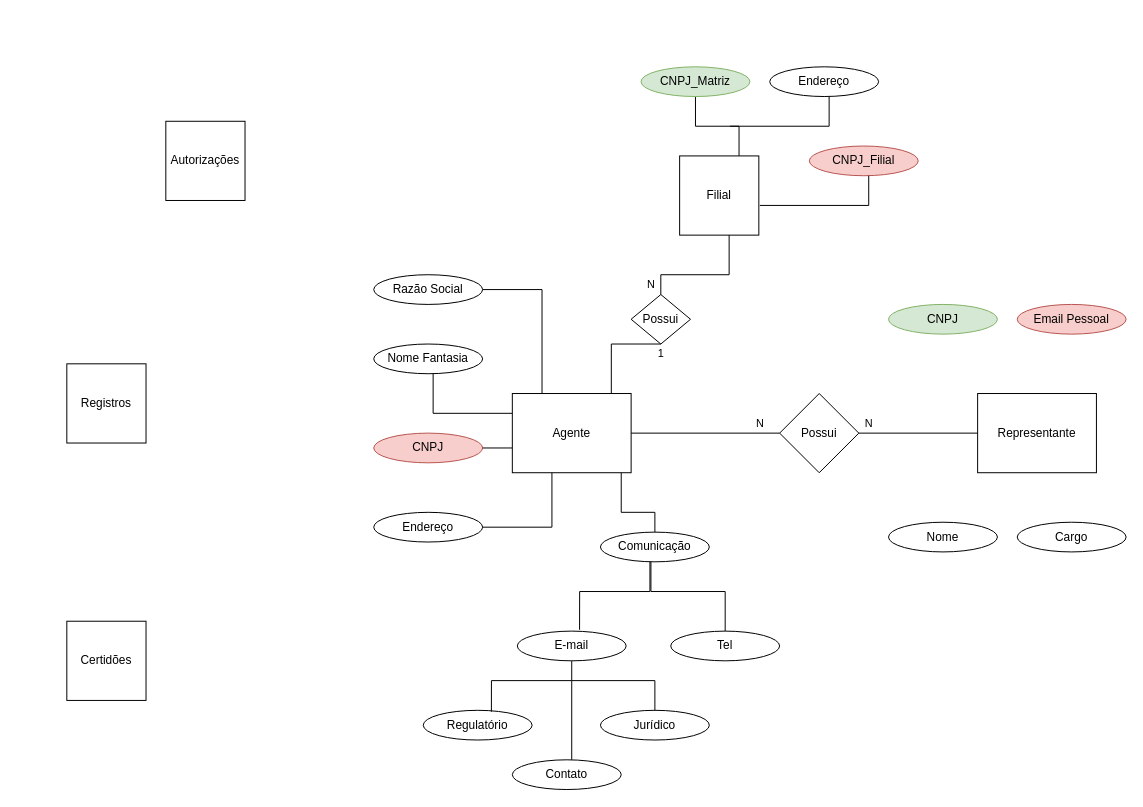
Earlier version of the draw.io diagram Cadastro.drawio (GustavoCoutinhoAraujo/GustavoCoutinhoAraujo). Source tidied: cells renumbered, new cells numbered last; positions are measured from the earlier drawing's top-left corner, leaving out a move shared by most shapes. Both pictures are drawn from the tidied source at 99%, with x=0, y=0 at pixel (66, 66).
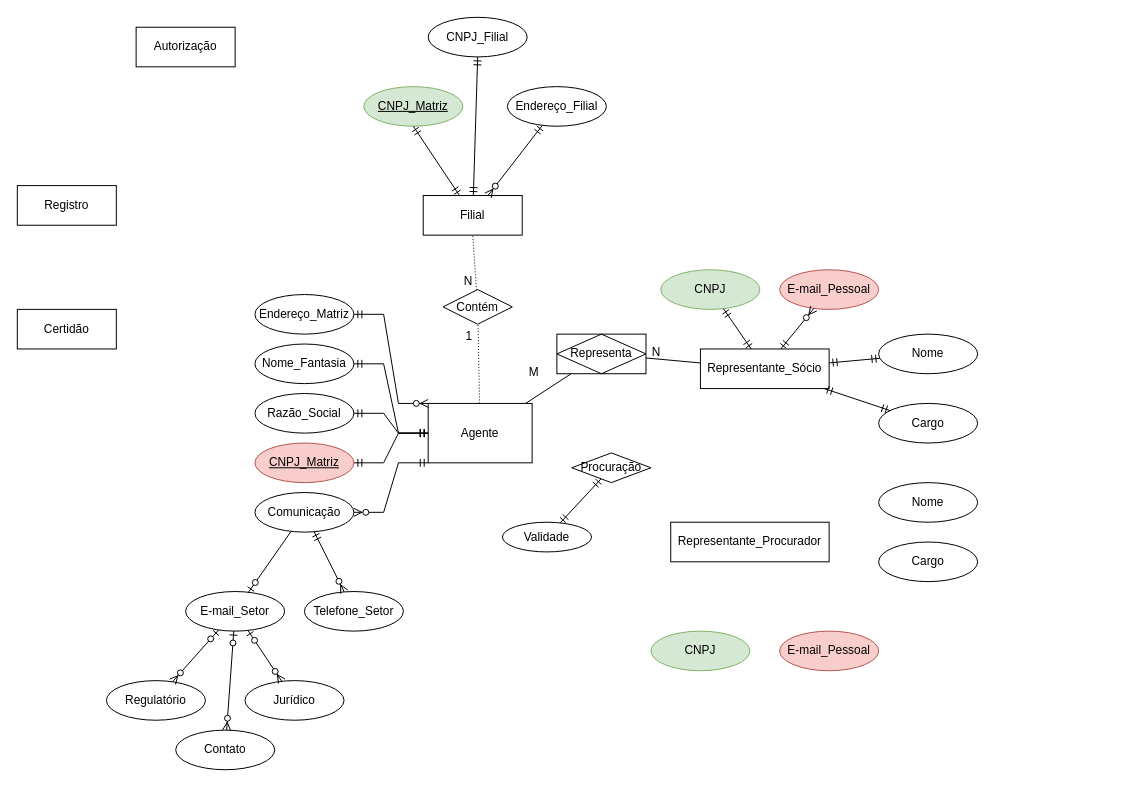
After the change.

The edit, as a diff of the source:
```diff
@@
+    <mxCell id="44" value="Telefone_Setor" style="ellipse;whiteSpace=wrap;html=1;align=center;" parent="1" vertex="1">
+      <mxGeometry x="240" y="530" width="100" height="40" as="geometry" />
+    </mxCell>
+    <mxCell id="45" value="E-mail_Setor" style="ellipse;whiteSpace=wrap;html=1;align=center;" parent="1" vertex="1">
+      <mxGeometry x="120" y="530" width="100" height="40" as="geometry" />
+    </mxCell>
+    <mxCell id="46" value="Nome_Fantasia" style="ellipse;whiteSpace=wrap;html=1;align=center;" parent="1" vertex="1">
+      <mxGeometry x="190" y="280" width="100" height="40" as="geometry" />
+    </mxCell>
+    <mxCell id="47" value="Razão_Social" style="ellipse;whiteSpace=wrap;html=1;align=center;" parent="1" vertex="1">
+      <mxGeometry x="190" y="330" width="100" height="40" as="geometry" />
+    </mxCell>
+    <mxCell id="48" value="Endereço_Matriz" style="ellipse;whiteSpace=wrap;html=1;align=center;" parent="1" vertex="1">
+      <mxGeometry x="190" y="230" width="100" height="40" as="geometry" />
+    </mxCell>
+    <mxCell id="4" value="Comunicação" style="ellipse;whiteSpace=wrap;html=1;align=center;" parent="1" vertex="1">
+      <mxGeometry x="190" y="430" width="100" height="40" as="geometry" />
+    </mxCell>
+    <mxCell id="49" value="CNPJ_Matriz" style="ellipse;whiteSpace=wrap;html=1;align=center;fontStyle=4;fillColor=#f8cecc;strokeColor=#b85450;" parent="1" vertex="1">
+      <mxGeometry x="190" y="380" width="100" height="40" as="geometry" />
+    </mxCell>
-    <mxCell id="2" value="Agente" style="rounded=0;whiteSpace=wrap;html=1;" parent="1" vertex="1">
-      <mxGeometry x="450" y="330" width="120" height="80" as="geometry" />
+    <mxCell id="2" value="Agente" style="whiteSpace=wrap;html=1;align=center;" parent="1" vertex="1">
+      <mxGeometry x="365" y="340" width="105" height="60" as="geometry" />
     </mxCell>
-    <mxCell id="3" value="Representante" style="rounded=0;whiteSpace=wrap;html=1;" parent="1" vertex="1">
-      <mxGeometry x="920" y="330" width="120" height="80" as="geometry" />
-    </mxCell>
-    <mxCell id="4" value="Comunicação" style="ellipse;whiteSpace=wrap;html=1;" parent="1" vertex="1">
-      <mxGeometry x="539" y="470" width="110" height="30" as="geometry" />
-    </mxCell>
-    <mxCell id="5" value="Endereço" style="ellipse;whiteSpace=wrap;html=1;" parent="1" vertex="1">
-      <mxGeometry x="310" y="450" width="110" height="30" as="geometry" />
-    </mxCell>
-    <mxCell id="6" value="CNPJ" style="ellipse;whiteSpace=wrap;html=1;fillColor=#f8cecc;strokeColor=#b85450;" parent="1" vertex="1">
-      <mxGeometry x="310" y="370" width="110" height="30" as="geometry" />
-    </mxCell>
-    <mxCell id="7" style="rounded=0;jettySize=auto;html=1;endArrow=none;endFill=0;exitX=0.75;exitY=0;exitDx=0;exitDy=0;" parent="1" edge="1" source="38" target="19">
-      <mxGeometry relative="1" as="geometry">
-        <Array as="points">
-          <mxPoint x="679" y="60" />
-          <mxPoint x="635" y="60" />
-        </Array>
-      </mxGeometry>
-    </mxCell>
-    <mxCell id="8" value="Razão Social" style="ellipse;whiteSpace=wrap;html=1;" parent="1" vertex="1">
-      <mxGeometry x="310" y="210" width="110" height="30" as="geometry" />
-    </mxCell>
-    <mxCell id="9" value="Nome Fantasia" style="ellipse;whiteSpace=wrap;html=1;" parent="1" vertex="1">
-      <mxGeometry x="310" y="280" width="110" height="30" as="geometry" />
-    </mxCell>
-    <mxCell id="10" style="endArrow=none;html=1;rounded=0;entryX=1;entryY=0.5;entryDx=0;entryDy=0;exitX=0.25;exitY=0;exitDx=0;exitDy=0;" parent="1" edge="1" source="2" target="8">
-      <mxGeometry relative="1" as="geometry">
-        <Array as="points">
-          <mxPoint x="480" y="225" />
-        </Array>
-      </mxGeometry>
-    </mxCell>
-    <mxCell id="11" style="endArrow=none;html=1;rounded=0;exitX=0;exitY=0.25;exitDx=0;exitDy=0;" parent="1" edge="1" source="2">
-      <mxGeometry relative="1" as="geometry">
-        <mxPoint x="370" y="310" as="targetPoint" />
-        <Array as="points">
-          <mxPoint x="370" y="350" />
-        </Array>
-      </mxGeometry>
-    </mxCell>
-    <mxCell id="12" style="endArrow=none;html=1;rounded=0;exitX=1;exitY=0.5;exitDx=0;exitDy=0;" parent="1" edge="1" source="6">
-      <mxGeometry relative="1" as="geometry">
-        <mxPoint x="450" y="385" as="targetPoint" />
-        <Array as="points">
-          <mxPoint x="450" y="385" />
-        </Array>
-      </mxGeometry>
-    </mxCell>
-    <mxCell id="13" style="endArrow=none;html=1;rounded=0;exitX=1;exitY=0.5;exitDx=0;exitDy=0;" parent="1" edge="1" source="5">
-      <mxGeometry relative="1" as="geometry">
-        <mxPoint x="490" y="410" as="targetPoint" />
-        <Array as="points">
-          <mxPoint x="490" y="465" />
-        </Array>
-      </mxGeometry>
-    </mxCell>
-    <mxCell id="14" value="E-mail" style="ellipse;whiteSpace=wrap;html=1;" parent="1" vertex="1">
-      <mxGeometry x="455" y="570" width="110" height="30" as="geometry" />
-    </mxCell>
-    <mxCell id="15" value="Tel" style="ellipse;whiteSpace=wrap;html=1;" parent="1" vertex="1">
-      <mxGeometry x="610" y="570" width="110" height="30" as="geometry" />
-    </mxCell>
-    <mxCell id="16" style="endArrow=none;html=1;rounded=0;exitX=0.5;exitY=0;exitDx=0;exitDy=0;" parent="1" edge="1" source="4">
-      <mxGeometry relative="1" as="geometry">
-        <mxPoint x="560" y="410" as="targetPoint" />
-        <Array as="points">
-          <mxPoint x="594" y="450" />
-          <mxPoint x="560" y="450" />
-        </Array>
-      </mxGeometry>
-    </mxCell>
-    <mxCell id="17" style="endArrow=none;html=1;rounded=0;exitX=0.572;exitY=-0.045;exitDx=0;exitDy=0;exitPerimeter=0;" parent="1" edge="1" source="14">
-      <mxGeometry relative="1" as="geometry">
-        <mxPoint x="589" y="500" as="targetPoint" />
-        <Array as="points">
-          <mxPoint x="518" y="530" />
-          <mxPoint x="589" y="530" />
-        </Array>
-      </mxGeometry>
-    </mxCell>
-    <mxCell id="18" style="endArrow=none;html=1;rounded=0;exitX=0.5;exitY=0;exitDx=0;exitDy=0;" parent="1" edge="1" source="15">
-      <mxGeometry relative="1" as="geometry">
-        <mxPoint x="590" y="500" as="targetPoint" />
-        <Array as="points">
-          <mxPoint x="665" y="530" />
-          <mxPoint x="590" y="530" />
-        </Array>
-      </mxGeometry>
-    </mxCell>
-    <mxCell id="19" value="CNPJ_Matriz" style="ellipse;whiteSpace=wrap;html=1;fillColor=#d5e8d4;strokeColor=#82b366;" parent="1" vertex="1">
-      <mxGeometry x="580" width="110" height="30" as="geometry" />
-    </mxCell>
-    <mxCell id="20" value="Endereço" style="ellipse;whiteSpace=wrap;html=1;" parent="1" vertex="1">
-      <mxGeometry x="710" width="110" height="30" as="geometry" />
-    </mxCell>
-    <mxCell id="21" style="endArrow=none;html=1;rounded=0;" parent="1" edge="1">
-      <mxGeometry relative="1" as="geometry">
-        <mxPoint x="670" y="60" as="sourcePoint" />
-        <mxPoint x="770" y="30" as="targetPoint" />
-        <Array as="points">
-          <mxPoint x="770" y="60" />
-        </Array>
-      </mxGeometry>
-    </mxCell>
-    <mxCell id="22" value="Possui" style="rhombus;whiteSpace=wrap;html=1;rounded=0;sketch=0;" parent="1" vertex="1">
-      <mxGeometry x="720" y="330" width="80" height="80" as="geometry" />
-    </mxCell>
-    <mxCell id="23" value="N" style="endArrow=none;html=1;rounded=1;sketch=0;entryX=0;entryY=0.5;entryDx=0;entryDy=0;" parent="1" edge="1" target="22">
-      <mxGeometry x="0.73" y="10" relative="1" as="geometry">
-        <mxPoint x="570" y="370" as="sourcePoint" />
-      </mxGeometry>
-    </mxCell>
-    <mxCell id="24" value="N" style="endArrow=none;html=1;rounded=1;sketch=0;entryX=0;entryY=0.5;entryDx=0;entryDy=0;" parent="1" edge="1" target="3">
-      <mxGeometry x="-0.83" y="10" relative="1" as="geometry">
-        <mxPoint x="800" y="370" as="sourcePoint" />
-      </mxGeometry>
-    </mxCell>
+    <mxCell id="50" style="edgeStyle=entityRelationEdgeStyle;fontSize=12;html=1;endArrow=ERzeroToMany;startArrow=ERmandOne;rounded=0;exitX=0;exitY=1;exitDx=0;exitDy=0;" parent="1" edge="1" source="2" target="4">
+      <mxGeometry relative="1" as="geometry" />
+    </mxCell>
+    <mxCell id="51" style="edgeStyle=entityRelationEdgeStyle;fontSize=12;html=1;endArrow=ERmandOne;startArrow=ERmandOne;rounded=0;entryX=0;entryY=0.5;entryDx=0;entryDy=0;" parent="1" edge="1" source="49" target="2">
+      <mxGeometry relative="1" as="geometry" />
+    </mxCell>
+    <mxCell id="52" style="edgeStyle=entityRelationEdgeStyle;fontSize=12;html=1;endArrow=ERmandOne;startArrow=ERmandOne;rounded=0;" parent="1" edge="1" source="47" target="2">
+      <mxGeometry relative="1" as="geometry" />
+    </mxCell>
+    <mxCell id="53" style="edgeStyle=entityRelationEdgeStyle;fontSize=12;html=1;endArrow=ERmandOne;startArrow=ERmandOne;rounded=0;entryX=0;entryY=0.5;entryDx=0;entryDy=0;" parent="1" edge="1" source="46" target="2">
+      <mxGeometry relative="1" as="geometry" />
+    </mxCell>
+    <mxCell id="54" style="edgeStyle=entityRelationEdgeStyle;fontSize=12;html=1;endArrow=ERzeroToMany;startArrow=ERmandOne;rounded=0;entryX=0;entryY=0;entryDx=0;entryDy=0;" parent="1" edge="1" source="48" target="2">
+      <mxGeometry relative="1" as="geometry" />
+    </mxCell>
+    <mxCell id="55" style="fontSize=12;html=1;endArrow=ERzeroToMany;startArrow=ERmandOne;rounded=0;" parent="1" edge="1" source="4" target="44">
+      <mxGeometry relative="1" as="geometry" />
+    </mxCell>
-    <mxCell id="25" value="Regulatório" style="ellipse;whiteSpace=wrap;html=1;" parent="1" vertex="1">
-      <mxGeometry x="360" y="650" width="110" height="30" as="geometry" />
+    <mxCell id="25" value="Regulatório" style="ellipse;whiteSpace=wrap;html=1;align=center;" parent="1" vertex="1">
+      <mxGeometry x="40" y="620" width="100" height="40" as="geometry" />
     </mxCell>
-    <mxCell id="26" value="Contato" style="ellipse;whiteSpace=wrap;html=1;" parent="1" vertex="1">
-      <mxGeometry x="450" y="700" width="110" height="30" as="geometry" />
+    <mxCell id="26" value="Contato" style="ellipse;whiteSpace=wrap;html=1;align=center;" parent="1" vertex="1">
+      <mxGeometry x="110" y="670" width="100" height="40" as="geometry" />
     </mxCell>
-    <mxCell id="27" value="Jurídico" style="ellipse;whiteSpace=wrap;html=1;" parent="1" vertex="1">
-      <mxGeometry x="539" y="650" width="110" height="30" as="geometry" />
+    <mxCell id="27" value="Jurídico" style="ellipse;whiteSpace=wrap;html=1;align=center;" parent="1" vertex="1">
+      <mxGeometry x="180" y="620" width="100" height="40" as="geometry" />
     </mxCell>
-    <mxCell id="28" style="endArrow=none;html=1;rounded=0;sketch=0;exitX=0.626;exitY=0.046;exitDx=0;exitDy=0;exitPerimeter=0;edgeStyle=orthogonalEdgeStyle;" parent="1" edge="1" source="25">
-      <mxGeometry relative="1" as="geometry">
-        <mxPoint x="510" y="600" as="targetPoint" />
-        <Array as="points">
-          <mxPoint x="429" y="620" />
-          <mxPoint x="510" y="620" />
-        </Array>
-      </mxGeometry>
-    </mxCell>
-    <mxCell id="29" style="endArrow=none;html=1;rounded=0;sketch=0;" parent="1" edge="1">
-      <mxGeometry relative="1" as="geometry">
-        <mxPoint x="510" y="700" as="sourcePoint" />
-        <mxPoint x="510" y="620" as="targetPoint" />
-      </mxGeometry>
-    </mxCell>
-    <mxCell id="30" style="endArrow=none;html=1;rounded=0;sketch=0;exitX=0.5;exitY=0;exitDx=0;exitDy=0;" parent="1" edge="1" source="27">
-      <mxGeometry relative="1" as="geometry">
-        <mxPoint x="510" y="620" as="targetPoint" />
-        <Array as="points">
-          <mxPoint x="594" y="620" />
-        </Array>
-      </mxGeometry>
-    </mxCell>
-    <mxCell id="31" value="CNPJ" style="ellipse;whiteSpace=wrap;html=1;fillColor=#d5e8d4;strokeColor=#82b366;" parent="1" vertex="1">
-      <mxGeometry x="830" y="240" width="110" height="30" as="geometry" />
-    </mxCell>
-    <mxCell id="32" value="Nome" style="ellipse;whiteSpace=wrap;html=1;" parent="1" vertex="1">
-      <mxGeometry x="830" y="460" width="110" height="30" as="geometry" />
-    </mxCell>
-    <mxCell id="33" value="Email Pessoal" style="ellipse;whiteSpace=wrap;html=1;fillColor=#f8cecc;strokeColor=#b85450;" parent="1" vertex="1">
-      <mxGeometry x="960" y="240" width="110" height="30" as="geometry" />
-    </mxCell>
-    <mxCell id="34" value="Cargo" style="ellipse;whiteSpace=wrap;html=1;" parent="1" vertex="1">
-      <mxGeometry x="960" y="460" width="110" height="30" as="geometry" />
-    </mxCell>
-    <mxCell id="35" value="Registros" style="whiteSpace=wrap;html=1;rounded=0;sketch=0;" parent="1" vertex="1">
-      <mxGeometry y="300" width="80" height="80" as="geometry" />
-    </mxCell>
-    <mxCell id="36" value="Certidões" style="whiteSpace=wrap;html=1;rounded=0;sketch=0;" parent="1" vertex="1">
-      <mxGeometry y="560" width="80" height="80" as="geometry" />
-    </mxCell>
+    <mxCell id="56" style="fontSize=12;html=1;endArrow=ERzeroToMany;startArrow=ERzeroToOne;rounded=0;" parent="1" edge="1" source="45" target="25">
+      <mxGeometry relative="1" as="geometry" />
+    </mxCell>
+    <mxCell id="57" style="fontSize=12;html=1;endArrow=ERzeroToOne;endFill=1;rounded=0;" parent="1" edge="1" source="4" target="45">
+      <mxGeometry relative="1" as="geometry" />
+    </mxCell>
+    <mxCell id="58" style="fontSize=12;html=1;endArrow=ERzeroToMany;startArrow=ERzeroToOne;rounded=0;" parent="1" edge="1" source="45" target="27">
+      <mxGeometry relative="1" as="geometry" />
+    </mxCell>
+    <mxCell id="59" style="fontSize=12;html=1;endArrow=ERzeroToMany;startArrow=ERzeroToOne;rounded=0;" parent="1" edge="1" source="45" target="26">
+      <mxGeometry relative="1" as="geometry" />
+    </mxCell>
+    <mxCell id="38" value="Filial" style="whiteSpace=wrap;html=1;align=center;" parent="1" vertex="1">
+      <mxGeometry x="360" y="130" width="100" height="40" as="geometry" />
+    </mxCell>
+    <mxCell id="60" value="Contém" style="shape=rhombus;perimeter=rhombusPerimeter;whiteSpace=wrap;html=1;align=center;" parent="1" vertex="1">
+      <mxGeometry x="380" y="225" width="70" height="35" as="geometry" />
+    </mxCell>
+    <mxCell id="61" value="CNPJ_Matriz" style="ellipse;whiteSpace=wrap;html=1;align=center;fontStyle=4;fillColor=#d5e8d4;strokeColor=#82b366;" parent="1" vertex="1">
+      <mxGeometry x="300" y="20" width="100" height="40" as="geometry" />
+    </mxCell>
-    <mxCell id="37" value="CNPJ_Filial" style="ellipse;whiteSpace=wrap;html=1;fillColor=#f8cecc;strokeColor=#b85450;" parent="1" vertex="1">
-      <mxGeometry x="750" y="80" width="110" height="30" as="geometry" />
+    <mxCell id="37" value="CNPJ_Filial" style="ellipse;whiteSpace=wrap;html=1;align=center;" parent="1" vertex="1">
+      <mxGeometry x="365" y="-50" width="100" height="40" as="geometry" />
     </mxCell>
-    <mxCell id="38" value="Filial" style="whiteSpace=wrap;html=1;rounded=0;sketch=0;" parent="1" vertex="1">
-      <mxGeometry x="619" y="90" width="80" height="80" as="geometry" />
-    </mxCell>
-    <mxCell id="39" style="endArrow=none;html=1;rounded=0;sketch=0;exitX=1.013;exitY=0.625;exitDx=0;exitDy=0;exitPerimeter=0;" parent="1" edge="1" source="38">
-      <mxGeometry relative="1" as="geometry">
-        <mxPoint x="810" y="110" as="targetPoint" />
-        <Array as="points">
-          <mxPoint x="810" y="140" />
-        </Array>
-      </mxGeometry>
-    </mxCell>
-    <mxCell id="40" value="Possui" style="rhombus;whiteSpace=wrap;html=1;rounded=0;sketch=0;" parent="1" vertex="1">
-      <mxGeometry x="570" y="230" width="60" height="50" as="geometry" />
-    </mxCell>
+    <mxCell id="62" value="Endereço_Filial" style="ellipse;whiteSpace=wrap;html=1;align=center;" parent="1" vertex="1">
+      <mxGeometry x="445" y="20" width="100" height="40" as="geometry" />
+    </mxCell>
+    <mxCell id="63" value="Autorização" style="whiteSpace=wrap;html=1;align=center;" parent="1" vertex="1">
+      <mxGeometry x="70" y="-40" width="100" height="40" as="geometry" />
+    </mxCell>
+    <mxCell id="64" value="Registro" style="whiteSpace=wrap;html=1;align=center;" parent="1" vertex="1">
+      <mxGeometry x="-50" y="120" width="100" height="40" as="geometry" />
+    </mxCell>
+    <mxCell id="65" value="Certidão" style="whiteSpace=wrap;html=1;align=center;" parent="1" vertex="1">
+      <mxGeometry x="-50" y="245" width="100" height="40" as="geometry" />
+    </mxCell>
+    <mxCell id="66" style="fontSize=12;html=1;endArrow=ERmandOne;startArrow=ERmandOne;rounded=0;entryX=0.5;entryY=1;entryDx=0;entryDy=0;" parent="1" edge="1" source="38" target="61">
+      <mxGeometry relative="1" as="geometry" />
+    </mxCell>
+    <mxCell id="67" style="fontSize=12;html=1;endArrow=ERmandOne;startArrow=ERmandOne;rounded=0;entryX=0.5;entryY=1;entryDx=0;entryDy=0;" parent="1" edge="1" source="38" target="37">
+      <mxGeometry relative="1" as="geometry" />
+    </mxCell>
+    <mxCell id="68" style="fontSize=12;html=1;endArrow=ERzeroToMany;startArrow=ERmandOne;rounded=0;" parent="1" edge="1" source="62" target="38">
+      <mxGeometry relative="1" as="geometry" />
+    </mxCell>
+    <mxCell id="69" value="Representante_Sócio" style="whiteSpace=wrap;html=1;align=center;" parent="1" vertex="1">
+      <mxGeometry x="640" y="285" width="130" height="40" as="geometry" />
+    </mxCell>
+    <mxCell id="70" value="CNPJ" style="ellipse;whiteSpace=wrap;html=1;align=center;fillColor=#d5e8d4;strokeColor=#82b366;" parent="1" vertex="1">
+      <mxGeometry x="600" y="205" width="100" height="40" as="geometry" />
+    </mxCell>
+    <mxCell id="71" value="E-mail_Pessoal" style="ellipse;whiteSpace=wrap;html=1;align=center;fillColor=#f8cecc;strokeColor=#b85450;" parent="1" vertex="1">
+      <mxGeometry x="720" y="205" width="100" height="40" as="geometry" />
+    </mxCell>
+    <mxCell id="72" value="Nome" style="ellipse;whiteSpace=wrap;html=1;align=center;" parent="1" vertex="1">
+      <mxGeometry x="820" y="270" width="100" height="40" as="geometry" />
+    </mxCell>
+    <mxCell id="73" value="Cargo" style="ellipse;whiteSpace=wrap;html=1;align=center;" parent="1" vertex="1">
+      <mxGeometry x="820" y="340" width="100" height="40" as="geometry" />
+    </mxCell>
+    <mxCell id="74" value="Representante_Procurador" style="whiteSpace=wrap;html=1;align=center;" parent="1" vertex="1">
+      <mxGeometry x="610" y="460" width="160" height="40" as="geometry" />
+    </mxCell>
+    <mxCell id="75" value="CNPJ" style="ellipse;whiteSpace=wrap;html=1;align=center;fillColor=#d5e8d4;strokeColor=#82b366;" parent="1" vertex="1">
+      <mxGeometry x="590" y="570" width="100" height="40" as="geometry" />
+    </mxCell>
+    <mxCell id="76" value="E-mail_Pessoal" style="ellipse;whiteSpace=wrap;html=1;align=center;fillColor=#f8cecc;strokeColor=#b85450;" parent="1" vertex="1">
+      <mxGeometry x="720" y="570" width="100" height="40" as="geometry" />
+    </mxCell>
+    <mxCell id="77" value="Nome" style="ellipse;whiteSpace=wrap;html=1;align=center;" parent="1" vertex="1">
+      <mxGeometry x="820" y="420" width="100" height="40" as="geometry" />
+    </mxCell>
+    <mxCell id="78" value="Cargo" style="ellipse;whiteSpace=wrap;html=1;align=center;" parent="1" vertex="1">
+      <mxGeometry x="820" y="480" width="100" height="40" as="geometry" />
+    </mxCell>
+    <mxCell id="79" value="Procuração" style="shape=rhombus;perimeter=rhombusPerimeter;whiteSpace=wrap;html=1;align=center;" parent="1" vertex="1">
+      <mxGeometry x="510" y="390" width="80" height="30" as="geometry" />
+    </mxCell>
+    <mxCell id="80" style="fontSize=12;html=1;endArrow=ERmandOne;startArrow=ERmandOne;rounded=0;" parent="1" edge="1" source="69" target="70">
+      <mxGeometry relative="1" as="geometry" />
+    </mxCell>
+    <mxCell id="81" style="fontSize=12;html=1;endArrow=ERzeroToMany;startArrow=ERmandOne;rounded=0;" parent="1" edge="1" source="69" target="71">
+      <mxGeometry relative="1" as="geometry" />
+    </mxCell>
+    <mxCell id="82" style="fontSize=12;html=1;endArrow=ERmandOne;startArrow=ERmandOne;rounded=0;" parent="1" edge="1" source="69" target="72">
+      <mxGeometry relative="1" as="geometry" />
+    </mxCell>
+    <mxCell id="83" style="fontSize=12;html=1;endArrow=ERmandOne;startArrow=ERmandOne;rounded=0;" parent="1" edge="1" source="69" target="73">
+      <mxGeometry relative="1" as="geometry" />
+    </mxCell>
+    <mxCell id="84" value="Validade" style="ellipse;whiteSpace=wrap;html=1;align=center;" parent="1" vertex="1">
+      <mxGeometry x="440" y="460" width="90" height="30" as="geometry" />
+    </mxCell>
+    <mxCell id="85" style="fontSize=12;html=1;endArrow=ERmandOne;startArrow=ERmandOne;rounded=0;" parent="1" edge="1" source="84" target="79">
+      <mxGeometry relative="1" as="geometry" />
+    </mxCell>
+    <mxCell id="86" style="endArrow=none;html=1;rounded=0;dashed=1;dashPattern=1 2;" parent="1" edge="1" source="2" target="60">
+      <mxGeometry relative="1" as="geometry" />
+    </mxCell>
-    <mxCell id="41" value="1" style="endArrow=none;html=1;rounded=0;sketch=0;" parent="1" edge="1">
-      <mxGeometry x="1" y="-10" relative="1" as="geometry">
-        <mxPoint x="550" y="330" as="sourcePoint" />
-        <mxPoint x="600" y="280" as="targetPoint" />
-        <Array as="points">
-          <mxPoint x="550" y="280" />
-        </Array>
+    <mxCell id="41" value="1" style="html=1;align=right;verticalAlign=bottom;" parent="86" vertex="1">
+      <mxGeometry x="1" relative="1" as="geometry">
+        <mxPoint x="-5" y="20" as="offset" />
       </mxGeometry>
     </mxCell>
-    <mxCell id="42" value="N" style="endArrow=none;html=1;rounded=0;sketch=0;exitX=0.5;exitY=0;exitDx=0;exitDy=0;" parent="1" edge="1" source="40">
-      <mxGeometry x="-0.84" y="10" relative="1" as="geometry">
-        <mxPoint x="669" y="170" as="targetPoint" />
-        <Array as="points">
-          <mxPoint x="600" y="210" />
-          <mxPoint x="669" y="210" />
-        </Array>
-      </mxGeometry>
-    </mxCell>
-    <mxCell id="43" value="Autorizações" style="whiteSpace=wrap;html=1;rounded=0;sketch=0;" parent="1" vertex="1">
-      <mxGeometry x="100" y="55" width="80" height="80" as="geometry" />
-    </mxCell>
+    <mxCell id="87" style="endArrow=none;html=1;rounded=0;dashed=1;dashPattern=1 2;entryX=0.5;entryY=1;entryDx=0;entryDy=0;" parent="1" edge="1" source="60" target="38">
+      <mxGeometry relative="1" as="geometry" />
+    </mxCell>
+    <mxCell id="88" value="N" style="html=1;align=right;verticalAlign=bottom;" parent="87" vertex="1">
+      <mxGeometry x="1" relative="1" as="geometry">
+        <mxPoint y="55" as="offset" />
+      </mxGeometry>
+    </mxCell>
+    <mxCell id="89" style="endArrow=none;html=1;rounded=0;" parent="1" edge="1" source="2" target="93">
+      <mxGeometry relative="1" as="geometry" />
+    </mxCell>
+    <mxCell id="90" value="M" style="html=1;align=right;verticalAlign=bottom;" parent="89" vertex="1">
+      <mxGeometry x="1" relative="1" as="geometry">
+        <mxPoint x="-32" y="7" as="offset" />
+      </mxGeometry>
+    </mxCell>
+    <mxCell id="91" style="endArrow=none;html=1;rounded=0;" parent="1" edge="1" source="93" target="69">
+      <mxGeometry relative="1" as="geometry" />
+    </mxCell>
+    <mxCell id="92" value="N" style="html=1;align=right;verticalAlign=bottom;" parent="91" vertex="1">
+      <mxGeometry x="1" relative="1" as="geometry">
+        <mxPoint x="-40" y="-2" as="offset" />
+      </mxGeometry>
+    </mxCell>
+    <mxCell id="93" value="Representa" style="shape=associativeEntity;whiteSpace=wrap;html=1;align=center;" parent="1" vertex="1">
+      <mxGeometry x="495" y="270" width="90" height="40" as="geometry" />
+    </mxCell>
```
